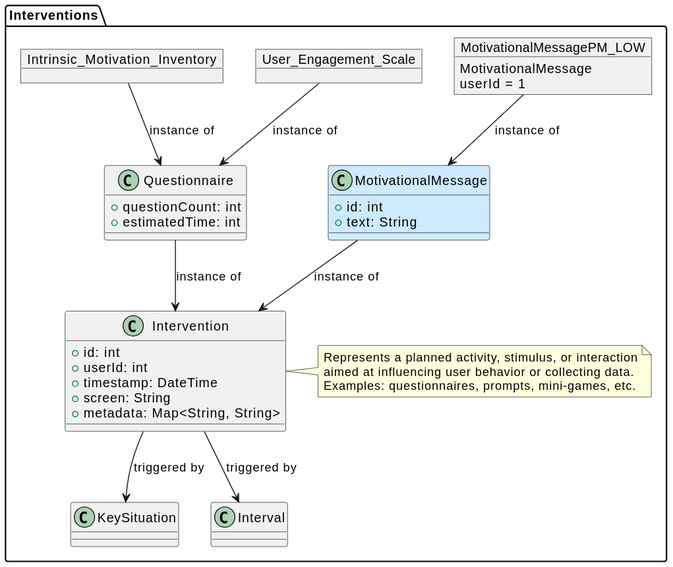
This is out/packages/interventions/interventions.svg from Maks-stack/ontology, a PlantUML export, as it was before one commit.
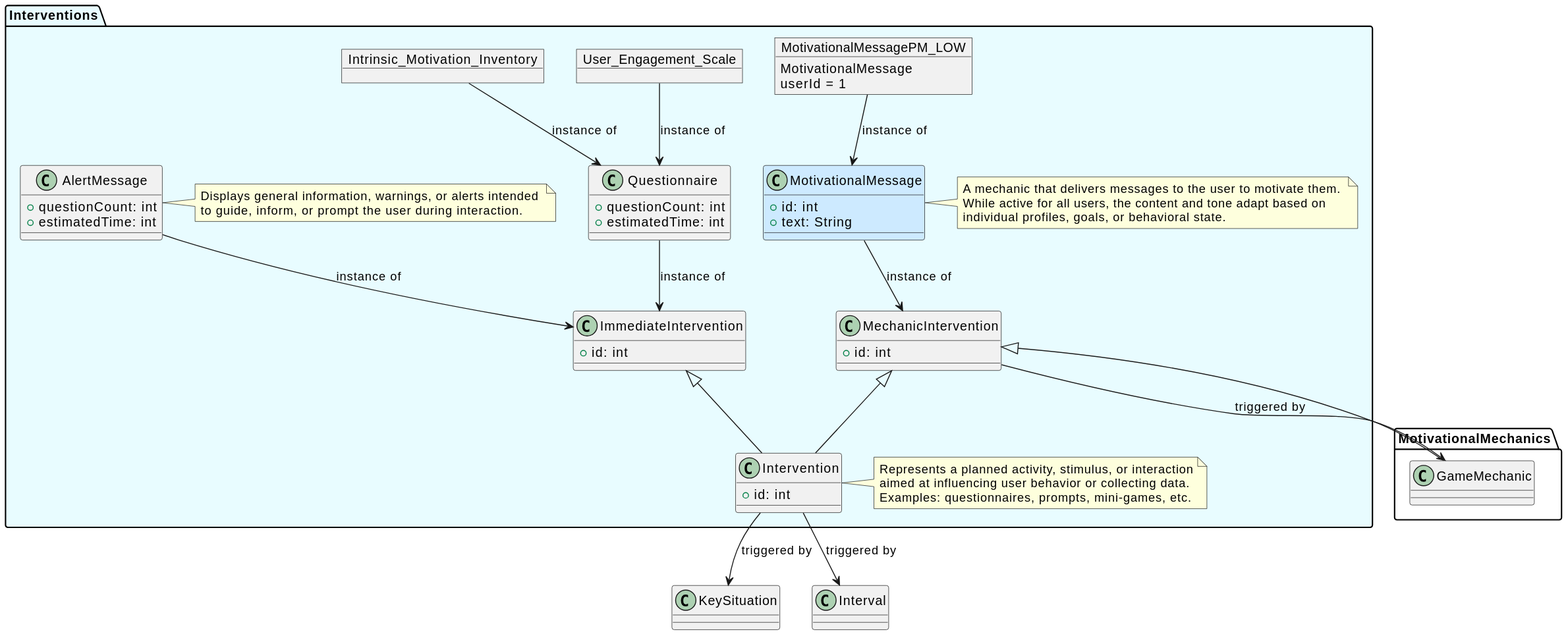
After the commit.

What changed in the source:
```diff
@@ -1,12 +1,18 @@
 @startuml
-package Interventions {
+package Interventions #e8fcffff {
   class Intervention {
     +id: int
-    +userId: int
-    +timestamp: DateTime
-    +screen: String
-    +metadata: Map<String, String>
   }
+
+  class MechanicIntervention {
+    +id: int
+  }
+   class ImmediateIntervention  {
+    +id: int
+  }
+
+  ImmediateIntervention  <|-- Intervention
+  MechanicIntervention <|-- Intervention
 
   note right of Intervention
   Represents a planned activity, stimulus, or interaction
@@ -18,10 +24,18 @@
     +questionCount: int
     +estimatedTime: int
   }
+  class AlertMessage {
+    +questionCount: int
+    +estimatedTime: int
+  }
 
-  Questionnaire --> Intervention : "instance of"
-  Intervention --> KeySituation : "triggered by"
-  Intervention --> Interval : "triggered by"
+  note right of AlertMessage
+    Displays general information, warnings, or alerts intended
+    to guide, inform, or prompt the user during interaction.
+  end note
+
+  Questionnaire --> ImmediateIntervention  : "instance of"
+  AlertMessage --> ImmediateIntervention  : "instance of"
 
   object Intrinsic_Motivation_Inventory
   Intrinsic_Motivation_Inventory --> Questionnaire : "instance of"
@@ -34,11 +48,22 @@
     +text: String
   }
 
-  MotivationalMessage --> Intervention : "instance of"
+  note right of MotivationalMessage
+    A mechanic that delivers messages to the user to motivate them.
+    While active for all users, the content and tone adapt based on
+    individual profiles, goals, or behavioral state.
+  end note
+
+  MotivationalMessage --> MechanicIntervention : "instance of"
 
   object MotivationalMessagePM_LOW
   MotivationalMessagePM_LOW : MotivationalMessage
   MotivationalMessagePM_LOW : userId = 1
   MotivationalMessagePM_LOW --> MotivationalMessage : "instance of"
 }
+Intervention --> KeySituation : "triggered by"
+Intervention --> Interval : "triggered by"
+
+MotivationalMechanics.GameMechanic --|>  Interventions.MechanicIntervention
+Interventions.MechanicIntervention --> MotivationalMechanics.GameMechanic : "triggered by"
 @enduml
```
